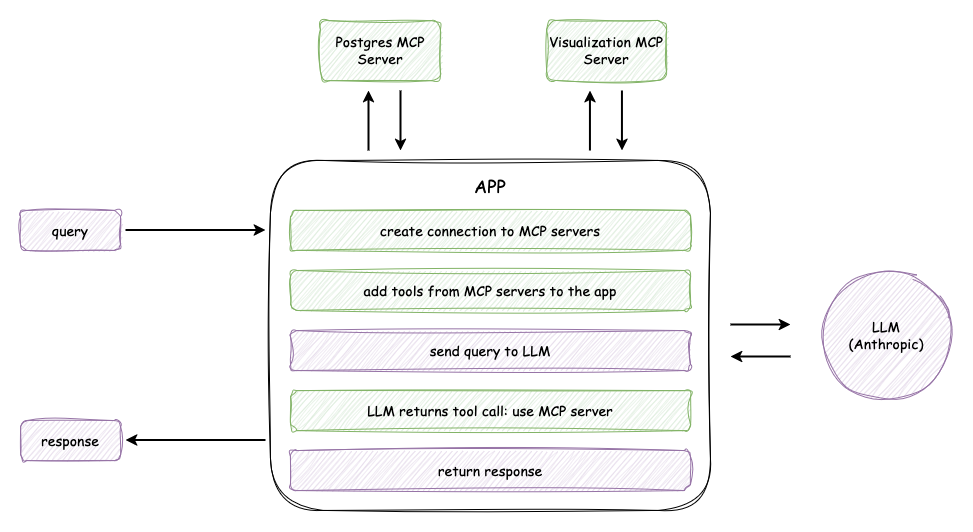
Above: Diagram-Architecture.png in Dandi-Pangestu/ai-based-reporting-app (draw.io), before the change. Source tidied: cells renumbered, new cells last; positions are measured from the earlier drawing's top-left corner, leaving out a move shared by most shapes.
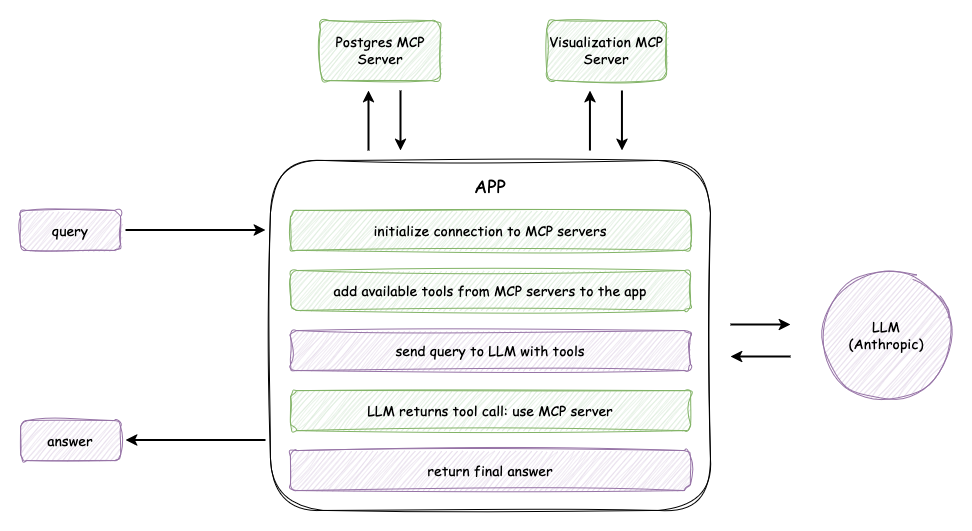
The same diagram one commit later.

Change to the diagram source:
```diff
@@ -5,19 +5,19 @@
     <mxCell id="2" style="rounded=1;whiteSpace=wrap;html=1;sketch=1;curveFitting=1;jiggle=2;" parent="1" vertex="1">
       <mxGeometry x="250" y="140" width="440" height="350" as="geometry" />
     </mxCell>
-    <mxCell id="3" value="&lt;font style=&quot;font-size: 14px;&quot; face=&quot;Comic Sans MS&quot;&gt;create connection to MCP servers&lt;/font&gt;" style="rounded=1;whiteSpace=wrap;html=1;shadow=0;glass=0;sketch=1;curveFitting=1;jiggle=2;fillColor=#d5e8d4;strokeColor=#82b366;" parent="1" vertex="1">
+    <mxCell id="3" value="&lt;font style=&quot;font-size: 14px;&quot; face=&quot;Comic Sans MS&quot;&gt;initialize connection to MCP servers&lt;/font&gt;" style="rounded=1;whiteSpace=wrap;html=1;shadow=0;glass=0;sketch=1;curveFitting=1;jiggle=2;fillColor=#d5e8d4;strokeColor=#82b366;" parent="1" vertex="1">
       <mxGeometry x="270" y="190" width="400" height="40" as="geometry" />
     </mxCell>
-    <mxCell id="4" value="&lt;font style=&quot;font-size: 14px;&quot; face=&quot;Comic Sans MS&quot;&gt;add tools from MCP servers to the app&lt;/font&gt;" style="rounded=1;whiteSpace=wrap;html=1;shadow=0;glass=0;sketch=1;curveFitting=1;jiggle=2;fillColor=#d5e8d4;strokeColor=#82b366;" parent="1" vertex="1">
+    <mxCell id="4" value="&lt;font style=&quot;font-size: 14px;&quot; face=&quot;Comic Sans MS&quot;&gt;add available tools from MCP servers to the app&lt;/font&gt;" style="rounded=1;whiteSpace=wrap;html=1;shadow=0;glass=0;sketch=1;curveFitting=1;jiggle=2;fillColor=#d5e8d4;strokeColor=#82b366;" parent="1" vertex="1">
       <mxGeometry x="270" y="250" width="400" height="40" as="geometry" />
     </mxCell>
-    <mxCell id="5" value="&lt;font style=&quot;font-size: 14px;&quot; face=&quot;Comic Sans MS&quot;&gt;send query to LLM&lt;/font&gt;" style="rounded=1;whiteSpace=wrap;html=1;shadow=0;glass=0;sketch=1;curveFitting=1;jiggle=2;fillColor=#e1d5e7;strokeColor=#9673a6;" parent="1" vertex="1">
+    <mxCell id="5" value="&lt;font face=&quot;Comic Sans MS&quot; style=&quot;font-size: 14px;&quot;&gt;send query to LLM&lt;/font&gt;&lt;font face=&quot;Comic Sans MS&quot; style=&quot;font-size: 14px;&quot;&gt; with tools&lt;/font&gt;" style="rounded=1;whiteSpace=wrap;html=1;shadow=0;glass=0;sketch=1;curveFitting=1;jiggle=2;fillColor=#e1d5e7;strokeColor=#9673a6;" parent="1" vertex="1">
       <mxGeometry x="270" y="310" width="400" height="40" as="geometry" />
     </mxCell>
     <mxCell id="6" value="&lt;font style=&quot;font-size: 14px;&quot; face=&quot;Comic Sans MS&quot;&gt;LLM returns tool call: use MCP server&lt;/font&gt;" style="rounded=1;whiteSpace=wrap;html=1;shadow=0;glass=0;sketch=1;curveFitting=1;jiggle=2;fillColor=#d5e8d4;strokeColor=#82b366;" parent="1" vertex="1">
       <mxGeometry x="270" y="370" width="400" height="40" as="geometry" />
     </mxCell>
-    <mxCell id="7" value="&lt;font style=&quot;font-size: 14px;&quot; face=&quot;Comic Sans MS&quot;&gt;return response&lt;/font&gt;" style="rounded=1;whiteSpace=wrap;html=1;shadow=0;glass=0;sketch=1;curveFitting=1;jiggle=2;fillColor=#e1d5e7;strokeColor=#9673a6;" parent="1" vertex="1">
+    <mxCell id="7" value="&lt;font style=&quot;font-size: 14px;&quot; face=&quot;Comic Sans MS&quot;&gt;return final answer&lt;/font&gt;" style="rounded=1;whiteSpace=wrap;html=1;shadow=0;glass=0;sketch=1;curveFitting=1;jiggle=2;fillColor=#e1d5e7;strokeColor=#9673a6;" parent="1" vertex="1">
       <mxGeometry x="270" y="430" width="400" height="40" as="geometry" />
     </mxCell>
     <mxCell id="8" value="&lt;font style=&quot;font-size: 18px;&quot; face=&quot;Comic Sans MS&quot;&gt;APP&lt;/font&gt;" style="text;html=1;align=center;verticalAlign=middle;whiteSpace=wrap;rounded=0;" parent="1" vertex="1">
@@ -32,7 +32,7 @@
         <mxPoint x="245" y="209.5" as="targetPoint" />
       </mxGeometry>
     </mxCell>
-    <mxCell id="11" value="&lt;font style=&quot;font-size: 14px;&quot; face=&quot;Comic Sans MS&quot;&gt;response&lt;/font&gt;" style="rounded=1;whiteSpace=wrap;html=1;shadow=0;glass=0;sketch=1;curveFitting=1;jiggle=2;fillColor=#e1d5e7;strokeColor=#9673a6;" parent="1" vertex="1">
+    <mxCell id="11" value="&lt;font style=&quot;font-size: 14px;&quot; face=&quot;Comic Sans MS&quot;&gt;answer&lt;/font&gt;" style="rounded=1;whiteSpace=wrap;html=1;shadow=0;glass=0;sketch=1;curveFitting=1;jiggle=2;fillColor=#e1d5e7;strokeColor=#9673a6;" parent="1" vertex="1">
       <mxGeometry y="400" width="100" height="40" as="geometry" />
     </mxCell>
     <mxCell id="12" style="endArrow=classic;html=1;rounded=0;strokeWidth=2;" parent="1" edge="1">
```
